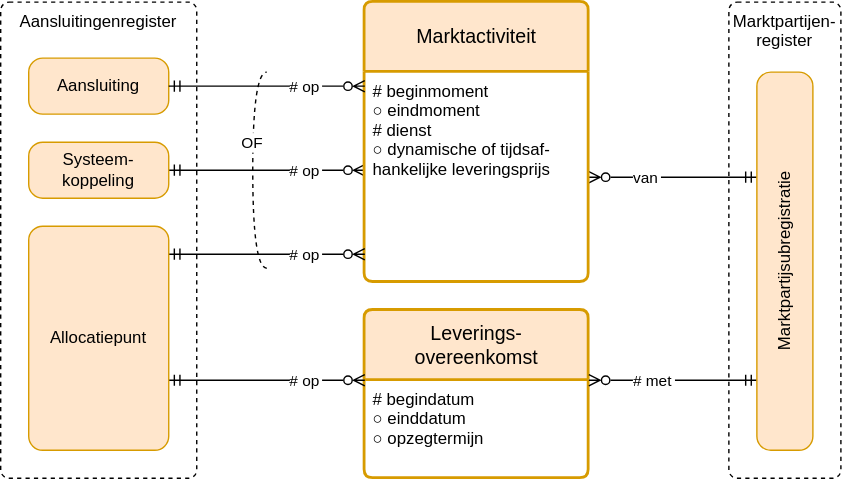
Before: registers/marktactiviteitenregister/1.3/marktactiviteitenregister.drawio.svg, a diagram exported from draw.io (netbeheernederland/stelsel). Source tidied: cells renumbered, new cells last; positions are measured from the earlier drawing's top-left corner, leaving out a move shared by most shapes.
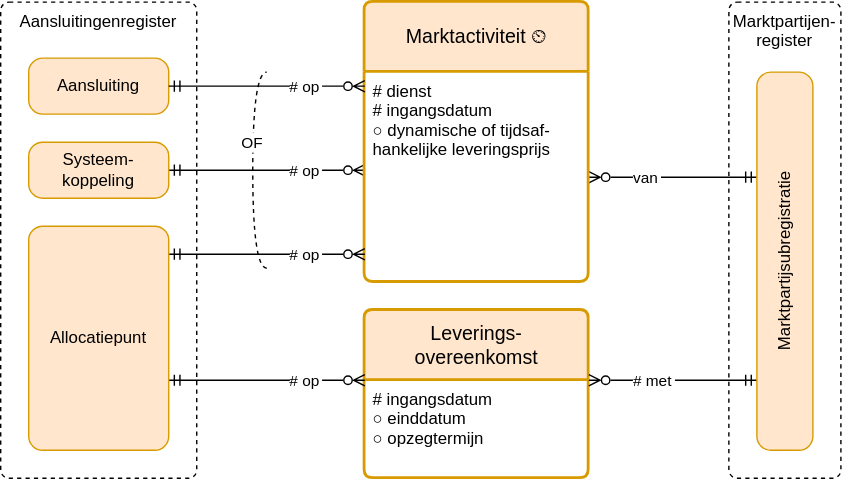
The same file after the commit.

Change to the diagram source:
```diff
@@ -14,16 +14,16 @@
     <mxCell id="5" value="# op" style="endArrow=ERmandOne;rounded=0;endFill=0;startArrow=ERzeroToMany;startFill=0;edgeStyle=elbowEdgeStyle;elbow=vertical;align=right;" parent="1" edge="1" source="6" target="15">
       <mxGeometry x="-0.57" relative="1" as="geometry" />
     </mxCell>
-    <mxCell id="6" value="Marktactiviteit" style="swimlane;horizontal=1;startSize=50;rounded=1;fontSize=14;fontStyle=0;strokeWidth=2;shadow=0;dashed=0;align=center;fillColor=#ffe6cc;strokeColor=#d79b00;arcSize=4;whiteSpace=wrap;spacing=10;" parent="1" vertex="1">
+    <mxCell id="6" value="Marktactiviteit ⏲" style="swimlane;horizontal=1;startSize=50;rounded=1;fontSize=14;fontStyle=0;strokeWidth=2;shadow=0;dashed=0;align=center;fillColor=#ffe6cc;strokeColor=#d79b00;arcSize=4;whiteSpace=wrap;spacing=10;" parent="1" vertex="1">
       <mxGeometry x="260" width="160" height="200" as="geometry" />
     </mxCell>
-    <mxCell id="7" value="# beginmoment&#10;○ eindmoment&#10;# dienst&#10;○ dynamische of tijdsaf-&#10;   hankelijke leveringsprijs" style="align=left;strokeColor=none;fillColor=none;spacingLeft=4;fontSize=12;verticalAlign=top;" parent="6" vertex="1">
+    <mxCell id="7" value="# dienst&#10;# ingangsdatum&#10;○ dynamische of tijdsaf-&#10;   hankelijke leveringsprijs" style="align=left;strokeColor=none;fillColor=none;spacingLeft=4;fontSize=12;verticalAlign=top;" parent="6" vertex="1">
       <mxGeometry y="50" width="160" height="150" as="geometry" />
     </mxCell>
     <mxCell id="8" value="Leverings-overeenkomst" style="swimlane;horizontal=1;startSize=50;rounded=1;fontSize=14;fontStyle=0;strokeWidth=2;shadow=0;dashed=0;align=center;fillColor=#ffe6cc;strokeColor=#d79b00;arcSize=4;whiteSpace=wrap;spacing=10;" parent="1" vertex="1">
       <mxGeometry x="260" y="220" width="160" height="120" as="geometry" />
     </mxCell>
-    <mxCell id="9" value="# begindatum&#10;○ einddatum&#10;○ opzegtermijn" style="align=left;strokeColor=none;fillColor=none;spacingLeft=4;fontSize=12;verticalAlign=top;" parent="8" vertex="1">
+    <mxCell id="9" value="# ingangsdatum&#10;○ einddatum&#10;○ opzegtermijn" style="align=left;strokeColor=none;fillColor=none;spacingLeft=4;fontSize=12;verticalAlign=top;" parent="8" vertex="1">
       <mxGeometry y="50" width="160" height="70" as="geometry" />
     </mxCell>
     <mxCell id="10" value="# op" style="endArrow=ERmandOne;rounded=0;endFill=0;startArrow=ERzeroToMany;startFill=0;edgeStyle=elbowEdgeStyle;elbow=vertical;align=right;" parent="1" edge="1" source="6" target="14">
```
